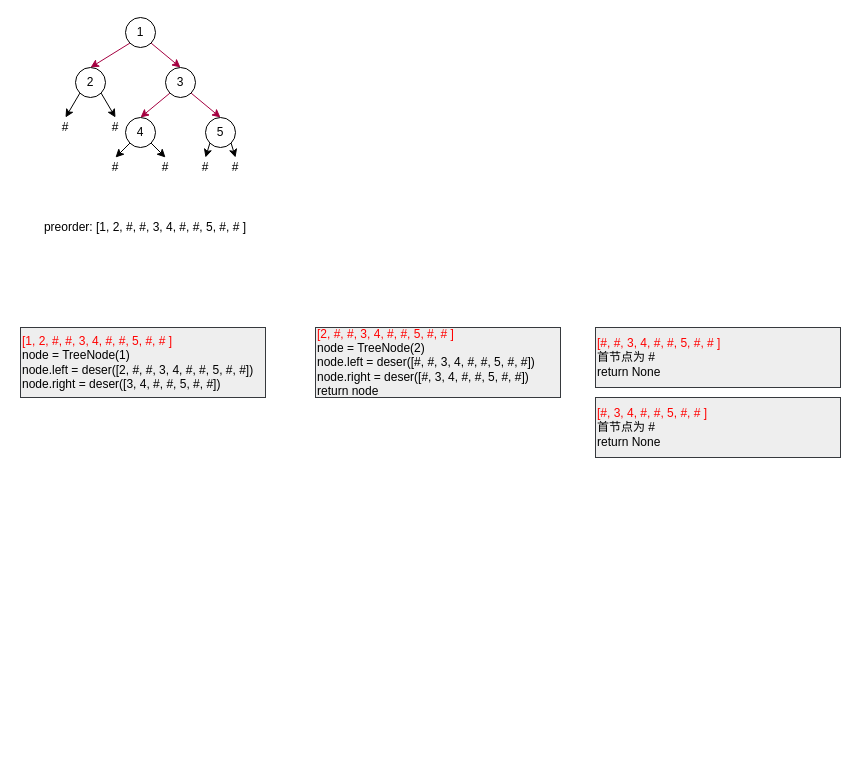
BaiRuic/test keeps this draw.io diagram as 序列化二叉树.drawio. Above is the earlier version. Source tidied: cells renumbered, new cells numbered last; positions are measured from the earlier drawing's top-left corner, leaving out a move shared by most shapes. Both pictures are drawn from the tidied source at 100%, with x=0, y=0 at pixel (20, 17).
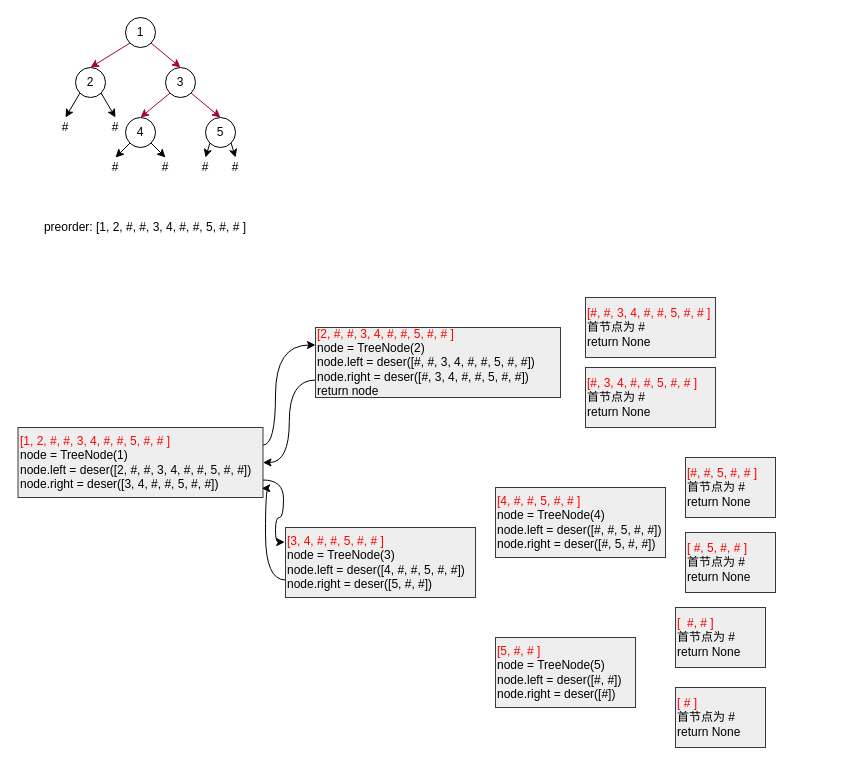
The same page after the edit.

Commit message (it also covers changes not shown here):
更新序列化二叉树.drawio

The change refers to these unchanged cells:
```xml
<mxCell id="25" value="&lt;font color=&quot;#ff0000&quot;&gt;[2, #, #, 3, 4, #, #, 5, #, # ]&lt;/font&gt;&lt;br&gt;node = TreeNode(2)&lt;br&gt;node.left = deser([#, #, 3, 4, #, #, 5, #, #])&lt;br&gt;node.right = deser([#, 3, 4, #, #, 5, #, #])&lt;br&gt;return node&amp;nbsp;" style="text;html=1;strokeColor=#36393d;fillColor=#eeeeee;align=left;verticalAlign=middle;whiteSpace=wrap;rounded=0;" parent="1" vertex="1">
  <mxGeometry x="295" y="310" width="245" height="70" as="geometry" />
</mxCell>
```

What changed in the source:
```diff
@@
+    <mxCell id="28" style="edgeStyle=orthogonalEdgeStyle;rounded=0;jettySize=auto;html=1;exitX=1;exitY=0.25;exitDx=0;exitDy=0;entryX=0;entryY=0.25;entryDx=0;entryDy=0;curved=1;" parent="1" edge="1" source="24" target="25">
+      <mxGeometry relative="1" as="geometry">
+        <Array as="points">
+          <mxPoint x="255" y="428" />
+          <mxPoint x="255" y="328" />
+        </Array>
+      </mxGeometry>
+    </mxCell>
+    <mxCell id="29" style="edgeStyle=orthogonalEdgeStyle;curved=1;rounded=0;jettySize=auto;html=1;exitX=1;exitY=0.75;exitDx=0;exitDy=0;entryX=-0.004;entryY=0.209;entryDx=0;entryDy=0;entryPerimeter=0;" parent="1" edge="1" source="24" target="32">
+      <mxGeometry relative="1" as="geometry">
+        <Array as="points">
+          <mxPoint x="263" y="463" />
+          <mxPoint x="263" y="500" />
+          <mxPoint x="255" y="500" />
+          <mxPoint x="255" y="525" />
+        </Array>
+      </mxGeometry>
+    </mxCell>
     <mxCell id="24" value="&lt;font color=&quot;#ff0000&quot;&gt;[1, 2, #, #, 3, 4, #, #, 5, #, # ]&lt;/font&gt;&lt;br&gt;node = TreeNode(1)&lt;br&gt;node.left = deser([2, #, #, 3, 4, #, #, 5, #, #])&lt;br&gt;node.right = deser([3, 4, #, #, 5, #, #])" style="text;html=1;strokeColor=#36393d;fillColor=#eeeeee;align=left;verticalAlign=middle;whiteSpace=wrap;rounded=0;" parent="1" vertex="1">
-      <mxGeometry y="310" width="245" height="70" as="geometry" />
+      <mxGeometry x="-2.5" y="410" width="245" height="70" as="geometry" />
     </mxCell>
+    <mxCell id="30" style="edgeStyle=orthogonalEdgeStyle;rounded=0;jettySize=auto;html=1;exitX=0;exitY=0.75;exitDx=0;exitDy=0;entryX=1;entryY=0.5;entryDx=0;entryDy=0;curved=1;" parent="1" edge="1" source="25" target="24">
+      <mxGeometry relative="1" as="geometry" />
+    </mxCell>
@@
     <mxCell id="26" value="&lt;font color=&quot;#ff0000&quot;&gt;[#, #, 3, 4, #, #, 5, #, # ]&lt;/font&gt;&lt;br&gt;首节点为 #&amp;nbsp;&lt;br&gt;return None" style="text;html=1;strokeColor=#36393d;fillColor=#eeeeee;align=left;verticalAlign=middle;whiteSpace=wrap;rounded=0;" parent="1" vertex="1">
-      <mxGeometry x="575" y="310" width="245" height="60" as="geometry" />
+      <mxGeometry x="565" y="280" width="130" height="60" as="geometry" />
     </mxCell>
     <mxCell id="27" value="&lt;font color=&quot;#ff0000&quot;&gt;[#, 3, 4, #, #, 5, #, # ]&lt;/font&gt;&lt;br&gt;首节点为 #&amp;nbsp;&lt;br&gt;return None" style="text;html=1;strokeColor=#36393d;fillColor=#eeeeee;align=left;verticalAlign=middle;whiteSpace=wrap;rounded=0;" parent="1" vertex="1">
-      <mxGeometry x="575" y="380" width="245" height="60" as="geometry" />
+      <mxGeometry x="565" y="350" width="130" height="60" as="geometry" />
     </mxCell>
+    <mxCell id="31" style="edgeStyle=orthogonalEdgeStyle;curved=1;rounded=0;jettySize=auto;html=1;exitX=0;exitY=0.75;exitDx=0;exitDy=0;entryX=0.995;entryY=0.869;entryDx=0;entryDy=0;entryPerimeter=0;" parent="1" edge="1" source="32" target="24">
+      <mxGeometry relative="1" as="geometry">
+        <Array as="points">
+          <mxPoint x="245" y="563" />
+          <mxPoint x="245" y="471" />
+        </Array>
+      </mxGeometry>
+    </mxCell>
+    <mxCell id="32" value="&lt;font color=&quot;#ff0000&quot;&gt;[3, 4, #, #, 5, #, # ]&lt;/font&gt;&lt;br&gt;node = TreeNode(3)&lt;br&gt;node.left = deser([4, #, #, 5, #, #])&lt;br&gt;node.right = deser([5, #, #])" style="text;html=1;strokeColor=#36393d;fillColor=#eeeeee;align=left;verticalAlign=middle;whiteSpace=wrap;rounded=0;" parent="1" vertex="1">
+      <mxGeometry x="265" y="510" width="190" height="70" as="geometry" />
+    </mxCell>
+    <mxCell id="33" value="&lt;font color=&quot;#ff0000&quot;&gt;[4, #, #, 5, #, # ]&lt;/font&gt;&lt;br&gt;node = TreeNode(4)&lt;br&gt;node.left = deser([#, #, 5, #, #])&lt;br&gt;node.right = deser([#, 5, #, #])" style="text;html=1;strokeColor=#36393d;fillColor=#eeeeee;align=left;verticalAlign=middle;whiteSpace=wrap;rounded=0;" parent="1" vertex="1">
+      <mxGeometry x="475" y="470" width="170" height="70" as="geometry" />
+    </mxCell>
+    <mxCell id="34" value="&lt;font color=&quot;#ff0000&quot;&gt;[#, #, 5, #, # ]&lt;/font&gt;&lt;br&gt;首节点为 #&amp;nbsp;&lt;br&gt;return None" style="text;html=1;strokeColor=#36393d;fillColor=#eeeeee;align=left;verticalAlign=middle;whiteSpace=wrap;rounded=0;" parent="1" vertex="1">
+      <mxGeometry x="665" y="440" width="90" height="60" as="geometry" />
+    </mxCell>
+    <mxCell id="35" value="&lt;font color=&quot;#ff0000&quot;&gt;[ #, 5, #, # ]&lt;/font&gt;&lt;br&gt;首节点为 #&amp;nbsp;&lt;br&gt;return None" style="text;html=1;strokeColor=#36393d;fillColor=#eeeeee;align=left;verticalAlign=middle;whiteSpace=wrap;rounded=0;" parent="1" vertex="1">
+      <mxGeometry x="665" y="515" width="90" height="60" as="geometry" />
+    </mxCell>
+    <mxCell id="36" value="&lt;font color=&quot;#ff0000&quot;&gt;[5, #, # ]&lt;/font&gt;&lt;br&gt;node = TreeNode(5)&lt;br&gt;node.left = deser([#, #])&lt;br&gt;node.right = deser([#])" style="text;html=1;strokeColor=#36393d;fillColor=#eeeeee;align=left;verticalAlign=middle;whiteSpace=wrap;rounded=0;" parent="1" vertex="1">
+      <mxGeometry x="475" y="620" width="140" height="70" as="geometry" />
+    </mxCell>
+    <mxCell id="37" value="&lt;font color=&quot;#ff0000&quot;&gt;[&amp;nbsp; #, # ]&lt;/font&gt;&lt;br&gt;首节点为 #&amp;nbsp;&lt;br&gt;return None" style="text;html=1;strokeColor=#36393d;fillColor=#eeeeee;align=left;verticalAlign=middle;whiteSpace=wrap;rounded=0;" parent="1" vertex="1">
+      <mxGeometry x="655" y="590" width="90" height="60" as="geometry" />
+    </mxCell>
+    <mxCell id="38" value="&lt;font color=&quot;#ff0000&quot;&gt;[ # ]&lt;/font&gt;&lt;br&gt;首节点为 #&amp;nbsp;&lt;br&gt;return None" style="text;html=1;strokeColor=#36393d;fillColor=#eeeeee;align=left;verticalAlign=middle;whiteSpace=wrap;rounded=0;" parent="1" vertex="1">
+      <mxGeometry x="655" y="670" width="90" height="60" as="geometry" />
+    </mxCell>
```
